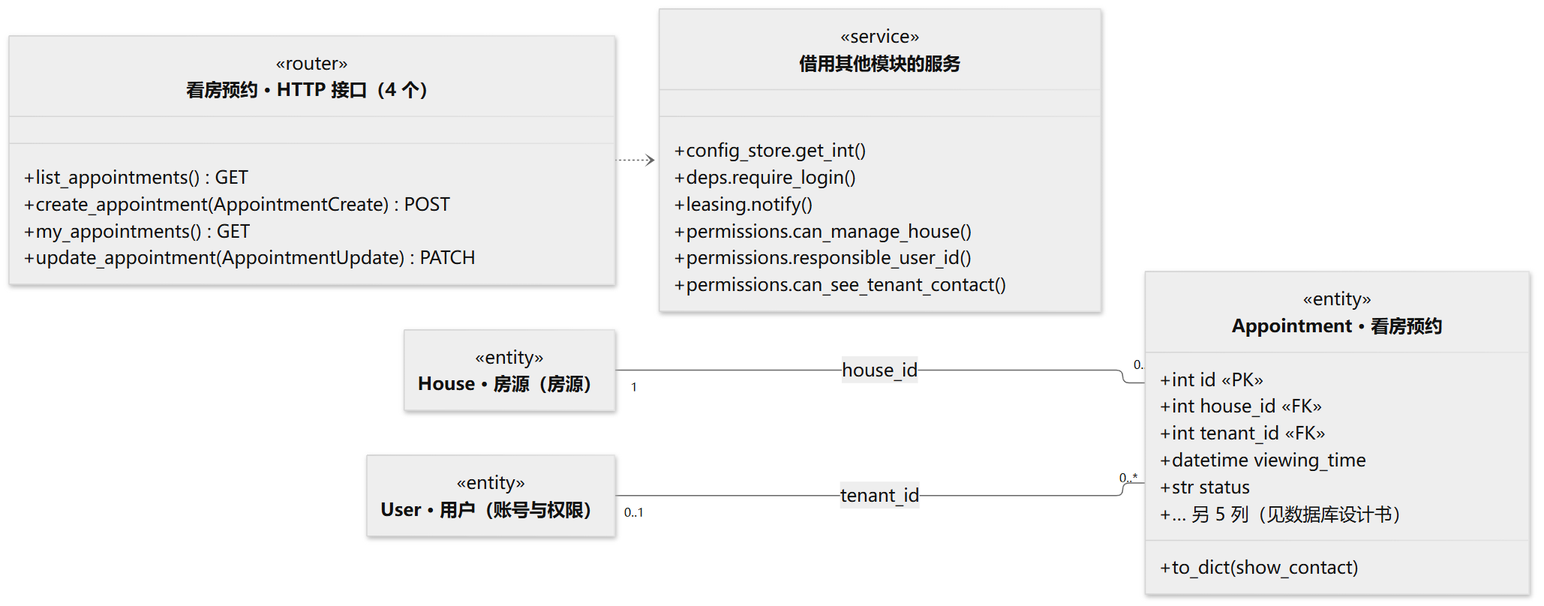
Earlier version of the Mermaid export docs/图/class_appointment.png (A107586/ai-house-rental). Its source is kept beside it as docs/图/class_appointment.mmd.
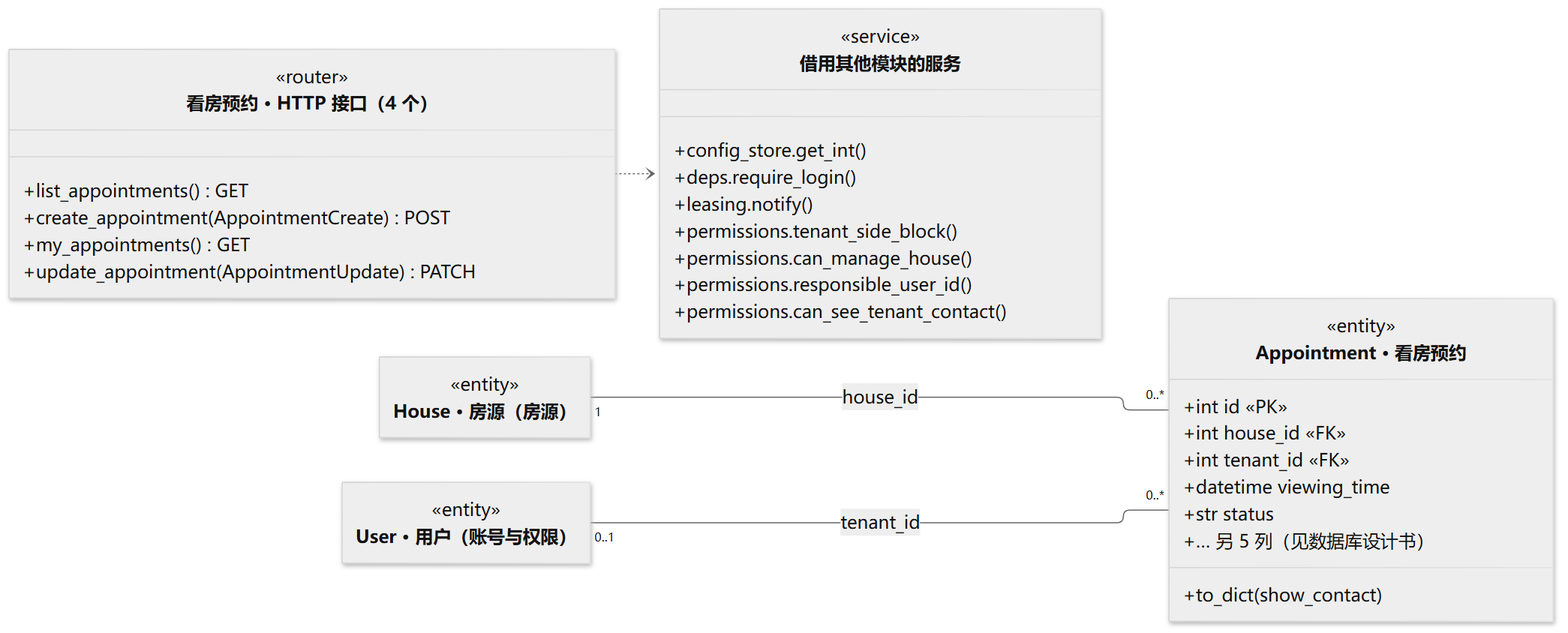
The same diagram one commit later.

Diff of the diagram source:
```diff
@@ -12,6 +12,7 @@
         +config_store.get_int()
         +deps.require_login()
         +leasing.notify()
+        +permissions.tenant_side_block()
         +permissions.can_manage_house()
         +permissions.responsible_user_id()
         +permissions.can_see_tenant_contact()
```
